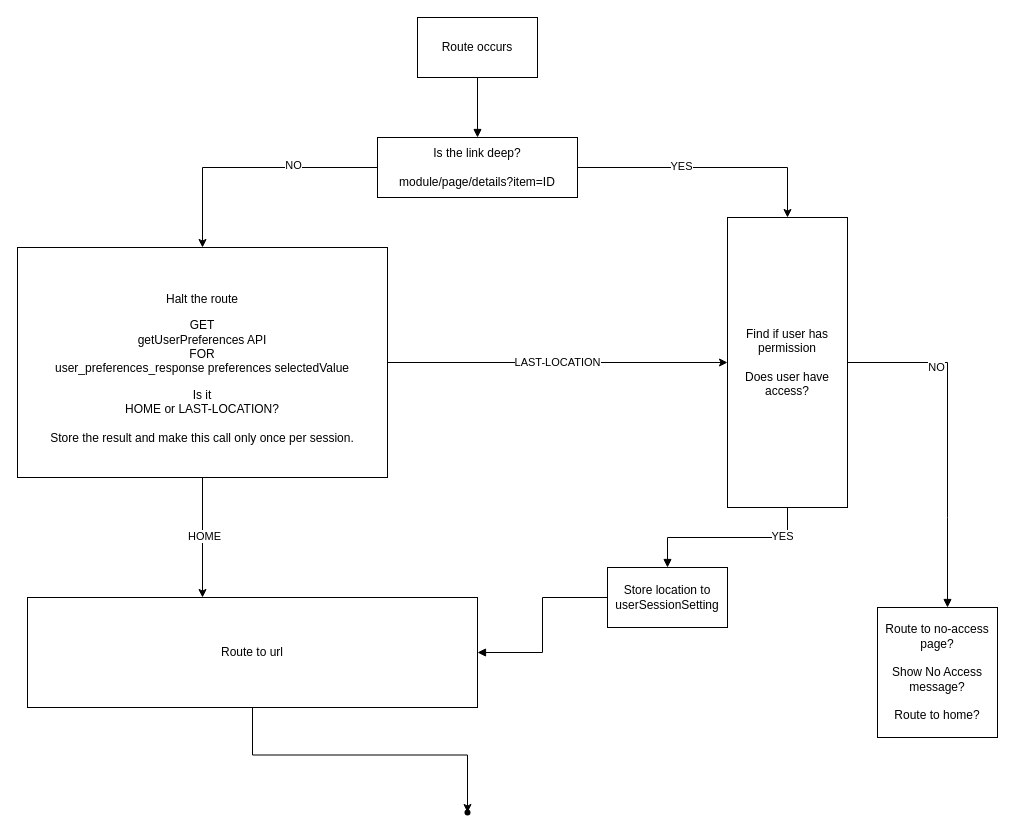
Before: Route-flow.drawio in getsetbro/draw.io, a draw.io diagram. Source tidied: cells renumbered, new cells numbered last; positions are measured from the earlier drawing's top-left corner, leaving out a move shared by most shapes. Both pictures are drawn from the tidied source at 100%, with x=0, y=0 at pixel (17, 17).
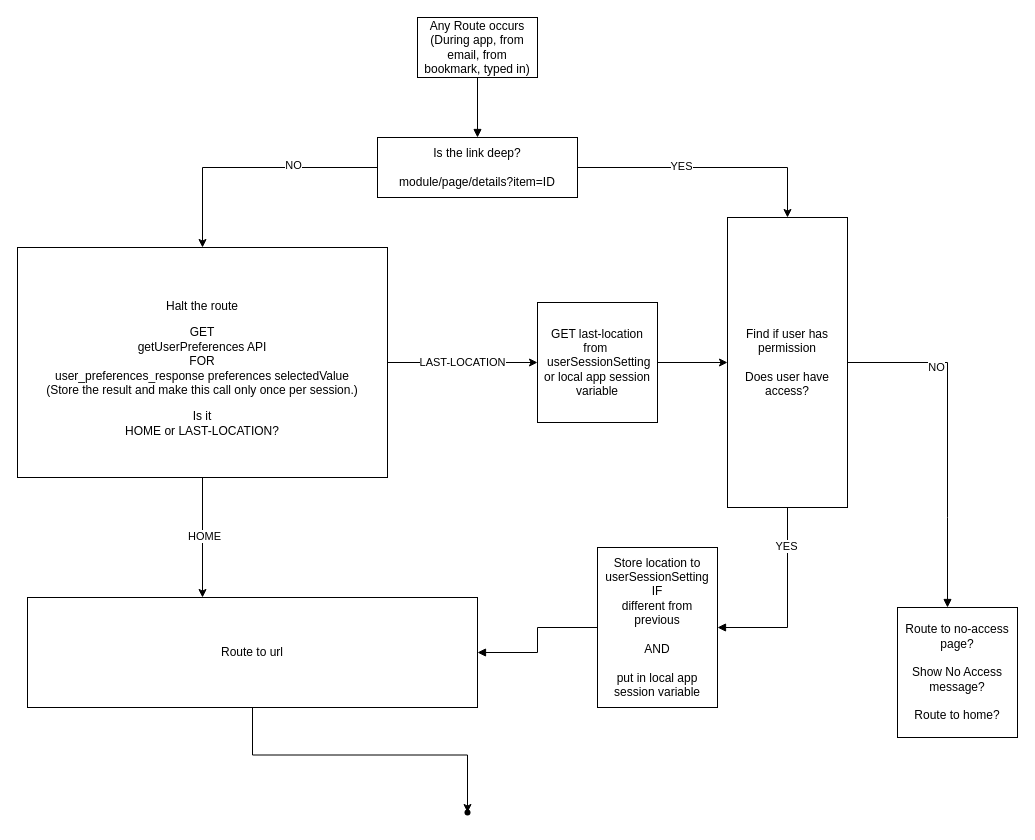
The same page after the edit.

The change refers to these unchanged cells:
```xml
<mxCell id="16" value="&lt;div&gt;Find if user has permission&lt;/div&gt;&lt;div&gt;&lt;br&gt;&lt;/div&gt;&lt;div&gt;Does user have access?&lt;/div&gt;" style="whiteSpace=wrap;html=1;rounded=0;" parent="1" vertex="1">
  <mxGeometry x="710" y="200" width="120" height="290" as="geometry" />
</mxCell>
```

Diff of the diagram source:
```diff
@@
-    <mxCell id="12" value="LAST-LOCATION" style="edgeStyle=orthogonalEdgeStyle;rounded=0;jettySize=auto;html=1;" parent="1" edge="1" source="13" target="16">
+    <mxCell id="12" value="LAST-LOCATION" style="edgeStyle=orthogonalEdgeStyle;rounded=0;jettySize=auto;html=1;" parent="1" edge="1" source="13" target="24">
       <mxGeometry relative="1" as="geometry" />
     </mxCell>
-    <mxCell id="13" value="&lt;span&gt;&lt;span class=&quot;fui-ChatMyMessage__body rcngbzt ___hg5lvm0 f10pi13n ftqa4ok f2hkw1w f8hki3x f1d2448m f1bjia2o ffh67wi f1j6vpng f1pniga2 f987i1v f1ffjurs f15bsgw9 f14e48fq f18yb2kv fd6o370 ffwy5si f3znvyf f57olzd f4stah7 f480a47 fs1por5 fk6fouc figsok6 fkhj508 f19n0e5 f9ijwd5 f1q0nqlt f1o0qvyv f9ggezi f1xp5gbu f150uoa4 ffyari3 fo7qwa0 fypbzun fxowb0n f11ghf3q f13aoclr flypziy f115fz1p fquw1qa fftr39l f13lathq f15hsm81 f2ss68y ffb60jq f8nuap2 f13nk4fk f7jacry fq08z5q fd9af6s fr74w9q fcl9uv6 f13sm7pj f1u6qqly f16wpxbl faim3u9 f6cs3qo fa2w2z3 fd39nx6 f10gn8j9 frcqmxy f1w9ws4k f1ddxkqj fd10euv fvuz61 f1nbc6gw fqohoe1&quot; id=&quot;message-body-1750959435174&quot;&gt;&lt;span class=&quot;fui-Primitive ___16zla5h f1oy3dpc fqtknz5 fyvcxda&quot; aria-label=&quot;get_user_preferences_response.section[0].subsection.preferences[0].selectedValue&quot; id=&quot;content-1750959435174&quot; dir=&quot;auto&quot;&gt;&lt;p&gt;Halt the route&lt;/p&gt;&lt;p&gt;GET&lt;br&gt;getUserPreferences API&lt;br&gt;FOR&lt;br&gt;user_preferences_response preferences selectedValue&lt;/p&gt;&lt;/span&gt;&lt;/span&gt;&lt;i style=&quot;height: 1px; width: 1px; opacity: 0.001;&quot;&gt;&lt;/i&gt;&lt;/span&gt;&lt;div&gt;&lt;div&gt;Is it&lt;/div&gt;&lt;div&gt;HOME or LAST-LOCATION?&lt;br&gt;&lt;br&gt;Store the result and make this call only once per session.&lt;/div&gt;&lt;/div&gt;" style="rounded=0;whiteSpace=wrap;html=1;" parent="1" vertex="1">
+    <mxCell id="13" value="&lt;span&gt;&lt;span class=&quot;fui-ChatMyMessage__body rcngbzt ___hg5lvm0 f10pi13n ftqa4ok f2hkw1w f8hki3x f1d2448m f1bjia2o ffh67wi f1j6vpng f1pniga2 f987i1v f1ffjurs f15bsgw9 f14e48fq f18yb2kv fd6o370 ffwy5si f3znvyf f57olzd f4stah7 f480a47 fs1por5 fk6fouc figsok6 fkhj508 f19n0e5 f9ijwd5 f1q0nqlt f1o0qvyv f9ggezi f1xp5gbu f150uoa4 ffyari3 fo7qwa0 fypbzun fxowb0n f11ghf3q f13aoclr flypziy f115fz1p fquw1qa fftr39l f13lathq f15hsm81 f2ss68y ffb60jq f8nuap2 f13nk4fk f7jacry fq08z5q fd9af6s fr74w9q fcl9uv6 f13sm7pj f1u6qqly f16wpxbl faim3u9 f6cs3qo fa2w2z3 fd39nx6 f10gn8j9 frcqmxy f1w9ws4k f1ddxkqj fd10euv fvuz61 f1nbc6gw fqohoe1&quot; id=&quot;message-body-1750959435174&quot;&gt;&lt;span class=&quot;fui-Primitive ___16zla5h f1oy3dpc fqtknz5 fyvcxda&quot; aria-label=&quot;get_user_preferences_response.section[0].subsection.preferences[0].selectedValue&quot; id=&quot;content-1750959435174&quot; dir=&quot;auto&quot;&gt;&lt;p&gt;Halt the route&lt;/p&gt;&lt;p&gt;GET&lt;br&gt;getUserPreferences API&lt;br&gt;FOR&lt;br&gt;user_preferences_response preferences selectedValue&lt;br&gt;(Store the result and make this call only once per session.)&lt;/p&gt;&lt;/span&gt;&lt;/span&gt;&lt;i style=&quot;height: 1px; width: 1px; opacity: 0.001;&quot;&gt;&lt;/i&gt;&lt;/span&gt;&lt;div&gt;&lt;div&gt;Is it&lt;/div&gt;&lt;div&gt;HOME or LAST-LOCATION?&lt;br&gt;&lt;/div&gt;&lt;/div&gt;" style="rounded=0;whiteSpace=wrap;html=1;" parent="1" vertex="1">
       <mxGeometry y="230" width="370" height="230" as="geometry" />
     </mxCell>
@@
-    <mxCell id="19" value="Route occurs" style="whiteSpace=wrap;html=1;rounded=0;" parent="1" vertex="1">
+    <mxCell id="19" value="Any Route occurs&lt;br&gt;(During app, from email, from bookmark, typed in)" style="whiteSpace=wrap;html=1;rounded=0;" parent="1" vertex="1">
       <mxGeometry x="400" width="120" height="60" as="geometry" />
     </mxCell>
     <mxCell id="20" value="Route to no-access page?&lt;div&gt;&lt;br&gt;Show No Access message?&lt;div&gt;&lt;br&gt;&lt;/div&gt;&lt;div&gt;Route to home?&lt;/div&gt;&lt;/div&gt;" style="whiteSpace=wrap;html=1;rounded=0;" parent="1" vertex="1">
-      <mxGeometry x="860" y="590" width="120" height="130" as="geometry" />
+      <mxGeometry x="880" y="590" width="120" height="130" as="geometry" />
     </mxCell>
@@
-    <mxCell id="22" value="Store location to userSessionSetting" style="whiteSpace=wrap;html=1;rounded=0;" parent="1" vertex="1">
-      <mxGeometry x="590" y="550" width="120" height="60" as="geometry" />
+    <mxCell id="22" value="Store location to userSessionSetting&lt;br&gt;IF&lt;br&gt;different from previous&lt;div&gt;&lt;br&gt;AND&lt;br&gt;&lt;br&gt;put in local app session variable&lt;/div&gt;" style="whiteSpace=wrap;html=1;rounded=0;" parent="1" vertex="1">
+      <mxGeometry x="580" y="530" width="120" height="160" as="geometry" />
     </mxCell>
@@
+    <mxCell id="24" value="GET last-location from&amp;nbsp;&lt;br&gt;&amp;nbsp;userSessionSetting&lt;br&gt;or local app session variable" style="whiteSpace=wrap;html=1;" parent="1" vertex="1">
+      <mxGeometry x="520" y="285" width="120" height="120" as="geometry" />
+    </mxCell>
+    <mxCell id="25" style="endArrow=classic;html=1;rounded=0;edgeStyle=orthogonalEdgeStyle;" parent="1" edge="1" source="24" target="16">
+      <mxGeometry relative="1" as="geometry" />
+    </mxCell>
```
